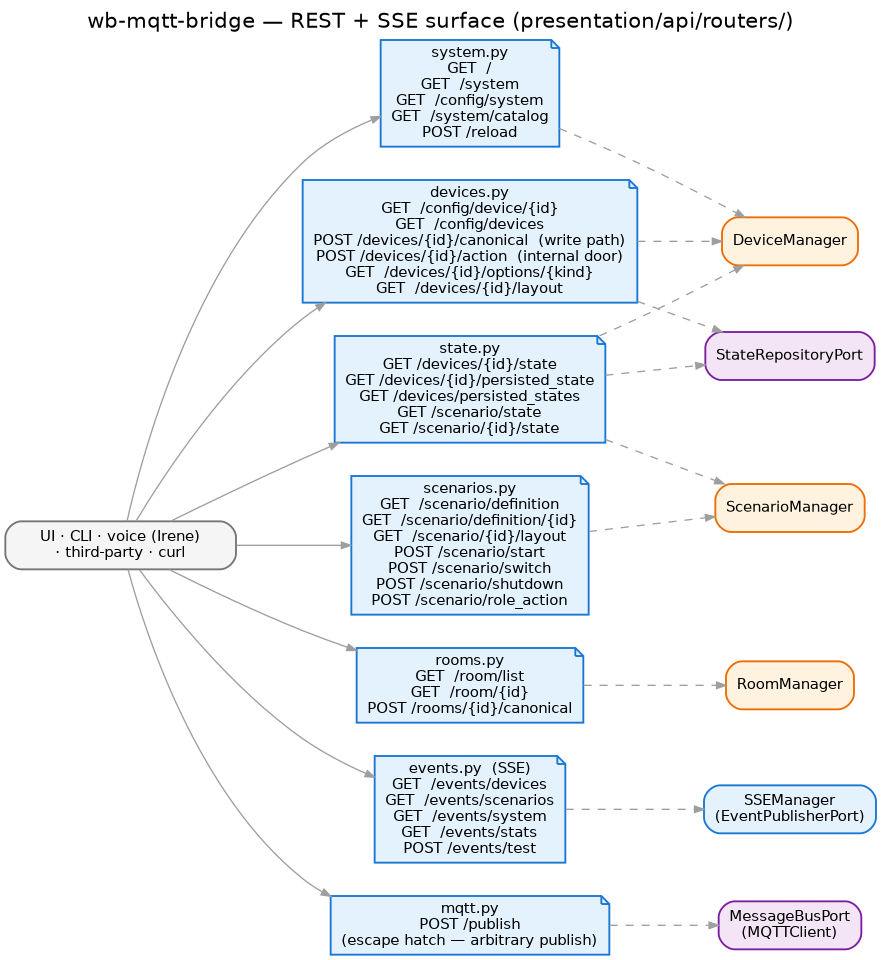
The Graphviz diagram docs/images/rest-surface.png in droman42/wb-mqtt-bridge, before a commit. Its source is kept beside it as docs/images/rest-surface.dot.
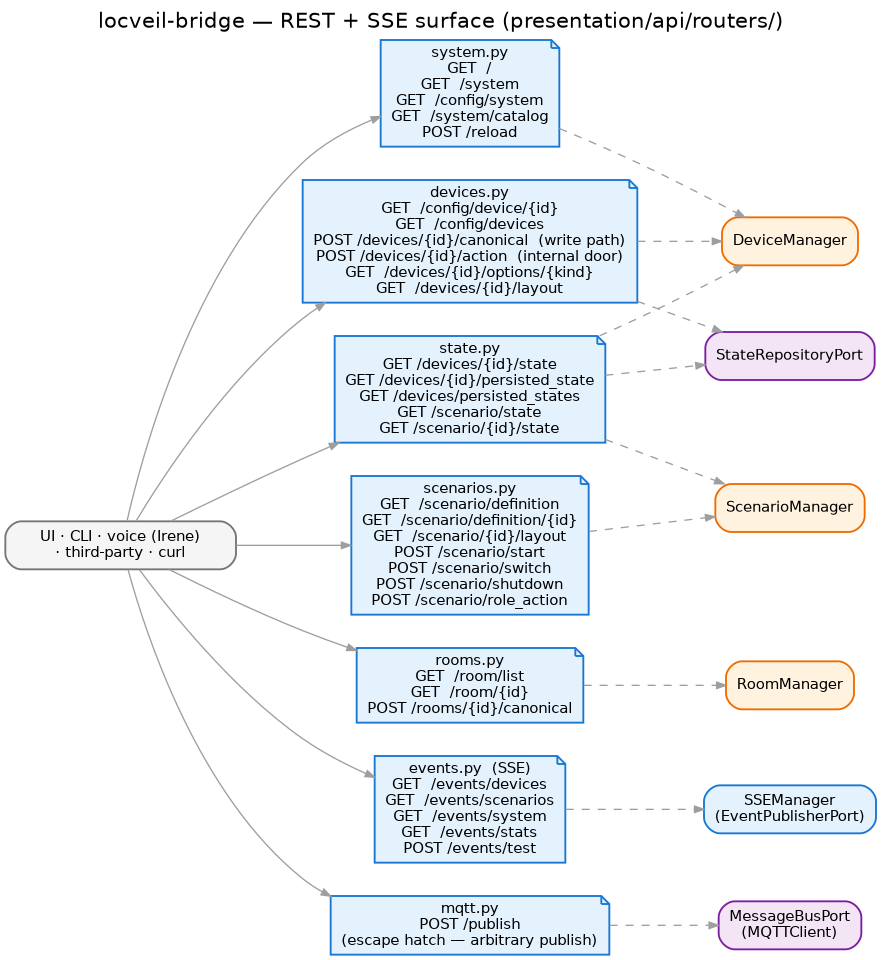
Later version of the same file.

Diff of the diagram source:
```diff
@@ -4,7 +4,7 @@
   splines=spline;
   nodesep=0.35; ranksep=0.7;
   fontname="Helvetica"; labelloc=t; fontsize=16;
-  label="wb-mqtt-bridge — REST + SSE surface (presentation/api/routers/)";
+  label="locveil-bridge — REST + SSE surface (presentation/api/routers/)";
 
   node [fontname="Helvetica", fontsize=11, shape=box, style="filled,rounded", penwidth=1.4];
   edge [fontname="Helvetica", fontsize=9, color="#9e9e9e", arrowsize=0.7];
```
